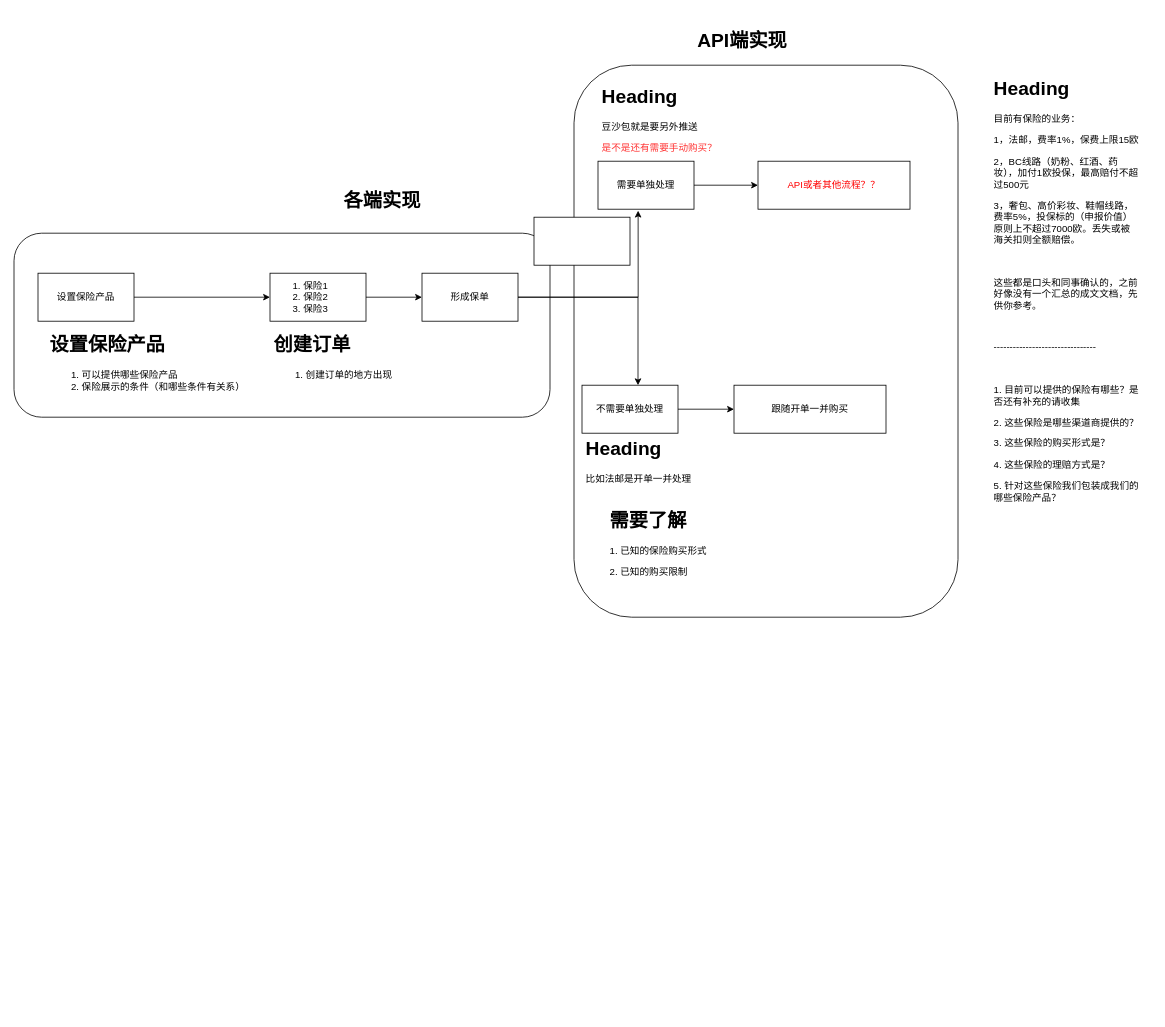
maclxf/ProjectDraw keeps this draw.io diagram as Edockey/Insurance.drawio. Above is the earlier version. Source tidied: cells renumbered, new cells numbered last; positions are measured from the earlier drawing's top-left corner, leaving out a move shared by most shapes. Both pictures are drawn from the tidied source at 80%, with x=0, y=0 at pixel (14, 25).
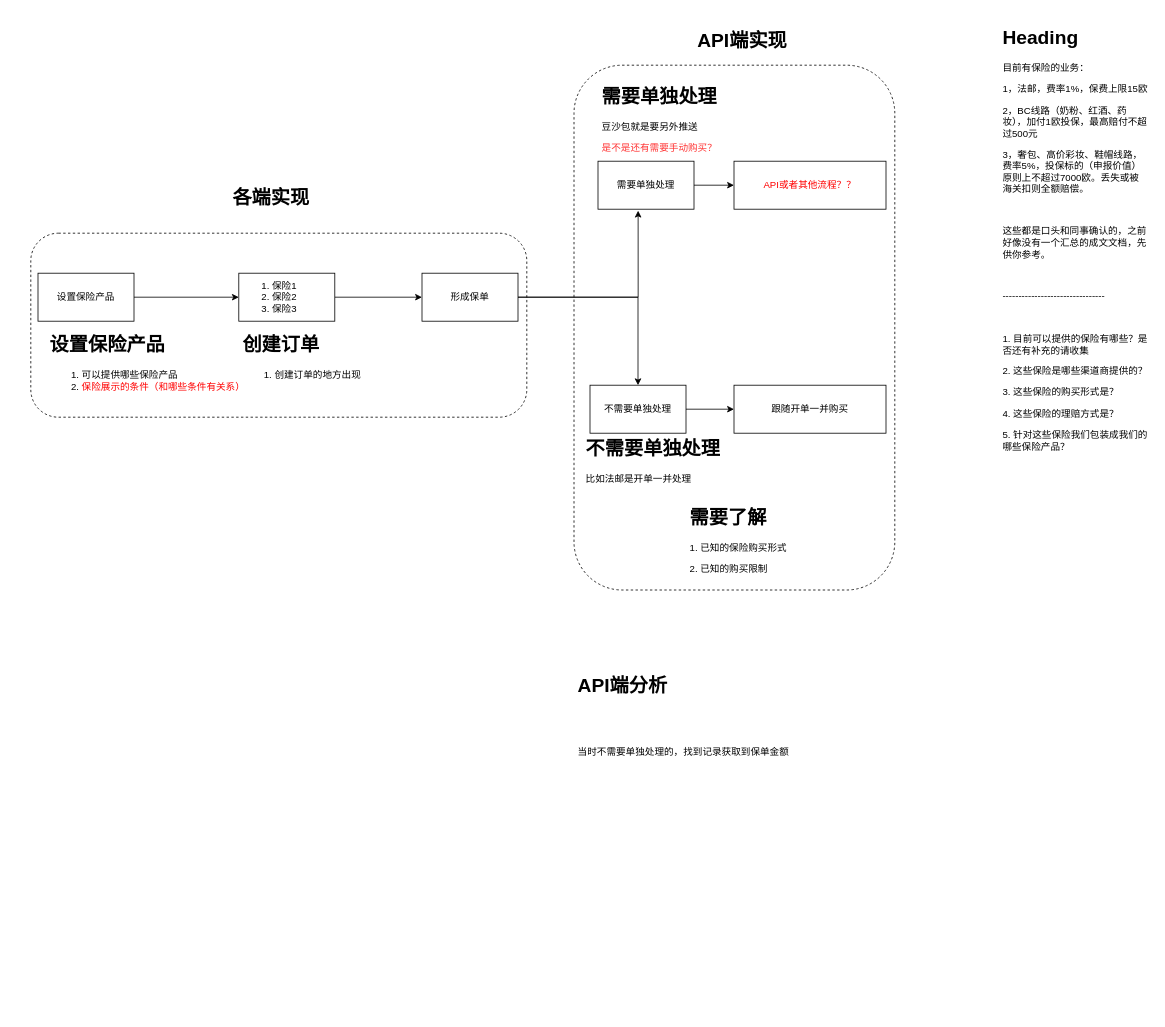
After the change.

Diff of the diagram source:
```diff
@@
-    <mxCell id="2" style="rounded=1;whiteSpace=wrap;html=1;align=left;" parent="1" vertex="1">
-      <mxGeometry x="700" y="50" width="480" height="690" as="geometry" />
+    <mxCell id="2" style="rounded=1;whiteSpace=wrap;html=1;align=left;dashed=1;" parent="1" vertex="1">
+      <mxGeometry x="700" y="50" width="401" height="656" as="geometry" />
     </mxCell>
-    <mxCell id="3" style="rounded=1;whiteSpace=wrap;html=1;align=left;" parent="1" vertex="1">
-      <mxGeometry y="260" width="670" height="230" as="geometry" />
+    <mxCell id="3" style="rounded=1;whiteSpace=wrap;html=1;align=left;dashed=1;" parent="1" vertex="1">
+      <mxGeometry x="21" y="260" width="620" height="230" as="geometry" />
     </mxCell>
@@
     <mxCell id="5" value="&lt;h1&gt;创建订单&lt;/h1&gt;&lt;p&gt;&lt;/p&gt;&lt;ol&gt;&lt;li&gt;创建订单的地方出现&lt;/li&gt;&lt;/ol&gt;&lt;p&gt;&lt;/p&gt;" style="text;html=1;strokeColor=none;fillColor=none;spacing=5;spacingTop=-20;whiteSpace=wrap;overflow=hidden;rounded=0;" parent="1" vertex="1">
-      <mxGeometry x="320" y="380" width="260" height="120" as="geometry" />
+      <mxGeometry x="281" y="380" width="260" height="120" as="geometry" />
     </mxCell>
@@
     <mxCell id="9" value="不需要单独处理" style="rounded=0;whiteSpace=wrap;html=1;" parent="1" vertex="1">
-      <mxGeometry x="710" y="450" width="120" height="60" as="geometry" />
+      <mxGeometry x="720" y="450" width="120" height="60" as="geometry" />
     </mxCell>
     <mxCell id="10" value="&lt;font color=&quot;#ff0000&quot;&gt;API或者其他流程？？&lt;/font&gt;" style="rounded=0;whiteSpace=wrap;html=1;" parent="1" vertex="1">
-      <mxGeometry x="930" y="170" width="190" height="60" as="geometry" />
+      <mxGeometry x="900" y="170" width="190" height="60" as="geometry" />
     </mxCell>
-    <mxCell id="11" value="&lt;h1&gt;Heading&lt;/h1&gt;&lt;p&gt;比如法邮是开单一并处理&lt;/p&gt;" style="text;html=1;strokeColor=none;fillColor=none;spacing=5;spacingTop=-20;whiteSpace=wrap;overflow=hidden;rounded=0;" parent="1" vertex="1">
+    <mxCell id="11" value="&lt;h1&gt;不需要单独处理&lt;/h1&gt;&lt;p&gt;比如法邮是开单一并处理&lt;/p&gt;" style="text;html=1;strokeColor=none;fillColor=none;spacing=5;spacingTop=-20;whiteSpace=wrap;overflow=hidden;rounded=0;" parent="1" vertex="1">
       <mxGeometry x="710" y="510" width="190" height="120" as="geometry" />
     </mxCell>
-    <mxCell id="12" value="&lt;h1&gt;Heading&lt;/h1&gt;&lt;p&gt;豆沙包就是要另外推送&lt;/p&gt;&lt;p&gt;&lt;font color=&quot;#ff3333&quot;&gt;是不是还有需要手动购买？&lt;/font&gt;&lt;/p&gt;" style="text;html=1;strokeColor=none;fillColor=none;spacing=5;spacingTop=-20;whiteSpace=wrap;overflow=hidden;rounded=0;" parent="1" vertex="1">
+    <mxCell id="12" value="&lt;h1&gt;需要单独处理&lt;/h1&gt;&lt;p&gt;豆沙包就是要另外推送&lt;/p&gt;&lt;p&gt;&lt;font color=&quot;#ff3333&quot;&gt;是不是还有需要手动购买？&lt;/font&gt;&lt;/p&gt;" style="text;html=1;strokeColor=none;fillColor=none;spacing=5;spacingTop=-20;whiteSpace=wrap;overflow=hidden;rounded=0;" parent="1" vertex="1">
       <mxGeometry x="730" y="70" width="190" height="120" as="geometry" />
     </mxCell>
@@
     <mxCell id="15" value="&lt;ol style=&quot;&quot;&gt;&lt;li&gt;保险1&lt;/li&gt;&lt;li&gt;保险2&lt;/li&gt;&lt;li&gt;保险3&lt;/li&gt;&lt;/ol&gt;" style="rounded=0;whiteSpace=wrap;html=1;align=left;" parent="1" vertex="1">
-      <mxGeometry x="320" y="310" width="120" height="60" as="geometry" />
+      <mxGeometry x="281" y="310" width="120" height="60" as="geometry" />
     </mxCell>
@@
     <mxCell id="18" value="&lt;h1&gt;需要了解&lt;/h1&gt;&lt;p&gt;1. 已知的保险购买形式&lt;/p&gt;&lt;p&gt;2. 已知的购买限制&lt;/p&gt;" style="text;html=1;strokeColor=none;fillColor=none;spacing=5;spacingTop=-20;whiteSpace=wrap;overflow=hidden;rounded=0;align=left;" parent="1" vertex="1">
-      <mxGeometry x="740" y="600" width="190" height="120" as="geometry" />
+      <mxGeometry x="840" y="596" width="190" height="120" as="geometry" />
     </mxCell>
     <mxCell id="19" value="各端实现" style="text;strokeColor=none;fillColor=none;html=1;fontSize=24;fontStyle=1;verticalAlign=middle;align=center;" parent="1" vertex="1">
-      <mxGeometry x="410" y="200" width="100" height="40" as="geometry" />
+      <mxGeometry x="271" y="196" width="100" height="40" as="geometry" />
     </mxCell>
@@
-    <mxCell id="22" style="rounded=0;whiteSpace=wrap;html=1;align=left;" parent="1" vertex="1">
-      <mxGeometry x="650" y="240" width="120" height="60" as="geometry" />
-    </mxCell>
@@
-    <mxCell id="24" value="&lt;h1&gt;设置保险产品&lt;/h1&gt;&lt;p&gt;&lt;/p&gt;&lt;ol&gt;&lt;li&gt;可以提供哪些保险产品&lt;/li&gt;&lt;li&gt;保险展示的条件（和哪些条件有关系）&lt;/li&gt;&lt;/ol&gt;&lt;p&gt;&lt;/p&gt;" style="text;html=1;strokeColor=none;fillColor=none;spacing=5;spacingTop=-20;whiteSpace=wrap;overflow=hidden;rounded=0;" parent="1" vertex="1">
+    <mxCell id="24" value="&lt;h1&gt;设置保险产品&lt;/h1&gt;&lt;p&gt;&lt;/p&gt;&lt;ol&gt;&lt;li&gt;可以提供哪些保险产品&lt;/li&gt;&lt;li&gt;&lt;font color=&quot;#ff0000&quot;&gt;保险展示的条件（和哪些条件有关系）&lt;/font&gt;&lt;/li&gt;&lt;/ol&gt;&lt;p&gt;&lt;/p&gt;" style="text;html=1;strokeColor=none;fillColor=none;spacing=5;spacingTop=-20;whiteSpace=wrap;overflow=hidden;rounded=0;" parent="1" vertex="1">
       <mxGeometry x="40" y="380" width="260" height="120" as="geometry" />
     </mxCell>
     <mxCell id="25" value="&lt;h1&gt;Heading&lt;/h1&gt;&lt;p&gt;&lt;span&gt;目前有保险的业务：&lt;/span&gt;&lt;/p&gt;&lt;p&gt;1，法邮，费率1%，保费上限15欧&lt;/p&gt;&lt;p&gt;2，BC线路（奶粉、红酒、药妆），加付1欧投保，最高赔付不超过500元&lt;/p&gt;&lt;p&gt;3，奢包、高价彩妆、鞋帽线路，费率5%，投保标的（申报价值）原则上不超过7000欧。丢失或被海关扣则全额赔偿。&lt;/p&gt;&lt;p&gt;&lt;br&gt;&lt;/p&gt;&lt;p&gt;这些都是口头和同事确认的，之前好像没有一个汇总的成文文档，先供你参考。&lt;/p&gt;&lt;p&gt;&lt;br&gt;&lt;/p&gt;&lt;p&gt;----&lt;span&gt;----&lt;/span&gt;&lt;span&gt;----&lt;/span&gt;&lt;span&gt;----&lt;/span&gt;&lt;span&gt;----&lt;/span&gt;&lt;span&gt;----&lt;/span&gt;&lt;span&gt;----&lt;/span&gt;&lt;span&gt;----&lt;/span&gt;&lt;/p&gt;&lt;div&gt;&lt;br&gt;&lt;/div&gt;&lt;p&gt;&lt;span&gt;1. 目前可以提供的保险有哪些？是否还有补充的请收集&lt;/span&gt;&lt;/p&gt;&lt;p&gt;2. 这些保险是哪些渠道商提供的？&lt;/p&gt;&lt;p&gt;3. 这些保险的购买形式是？&lt;/p&gt;&lt;p&gt;4. 这些保险的理赔方式是？&lt;/p&gt;&lt;p&gt;5. 针对这些保险我们包装成我们的哪些保险产品？&lt;/p&gt;&lt;div&gt;&lt;br&gt;&lt;/div&gt;" style="text;html=1;strokeColor=none;fillColor=none;spacing=5;spacingTop=-20;whiteSpace=wrap;overflow=hidden;rounded=0;align=left;" parent="1" vertex="1">
-      <mxGeometry x="1220" y="60" width="190" height="590" as="geometry" />
+      <mxGeometry x="1231" y="-4" width="190" height="590" as="geometry" />
     </mxCell>
+    <mxCell id="26" value="&lt;h1&gt;&lt;span&gt;API端分析&lt;/span&gt;&lt;/h1&gt;&lt;h1&gt;&lt;br&gt;&lt;/h1&gt;&lt;div&gt;当时不需要单独处理的，找到记录获取到保单金额&lt;/div&gt;" style="text;html=1;strokeColor=none;fillColor=none;spacing=5;spacingTop=-20;whiteSpace=wrap;overflow=hidden;rounded=0;dashed=1;" parent="1" vertex="1">
+      <mxGeometry x="700" y="806" width="361" height="430" as="geometry" />
+    </mxCell>
```
